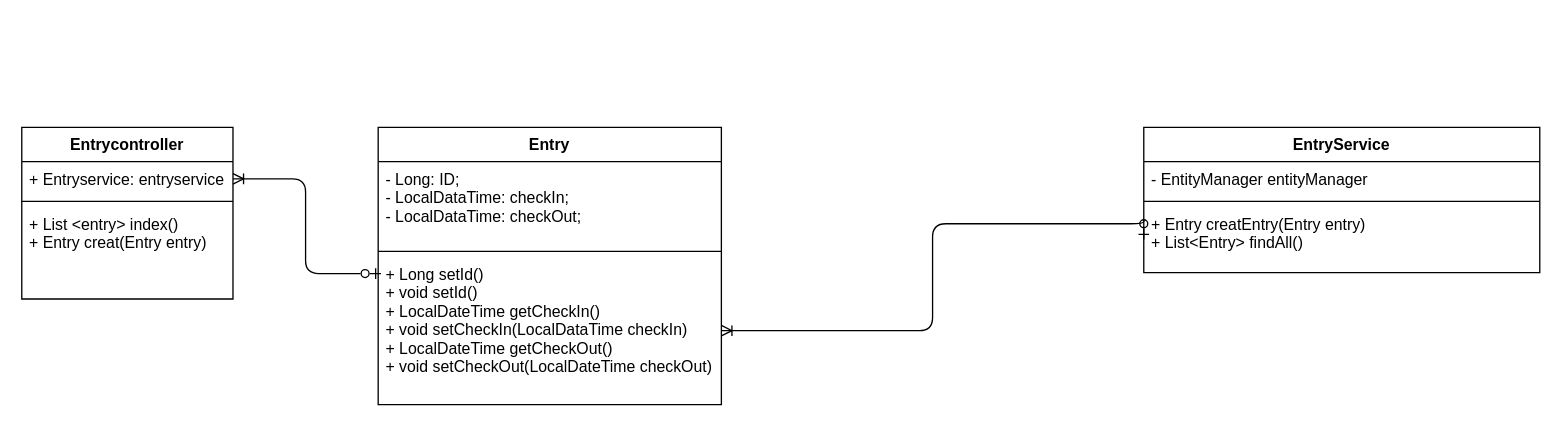
SamuelWachter/modul223 keeps this draw.io diagram as .devcontainer/punchClock/classDiagrmm.drawio. Above is the earlier version. Source tidied: cells renumbered, new cells numbered last; positions are measured from the earlier drawing's top-left corner, leaving out a move shared by most shapes. Both pictures are drawn from the tidied source at 132%, with x=0, y=0 at pixel (21, 127).
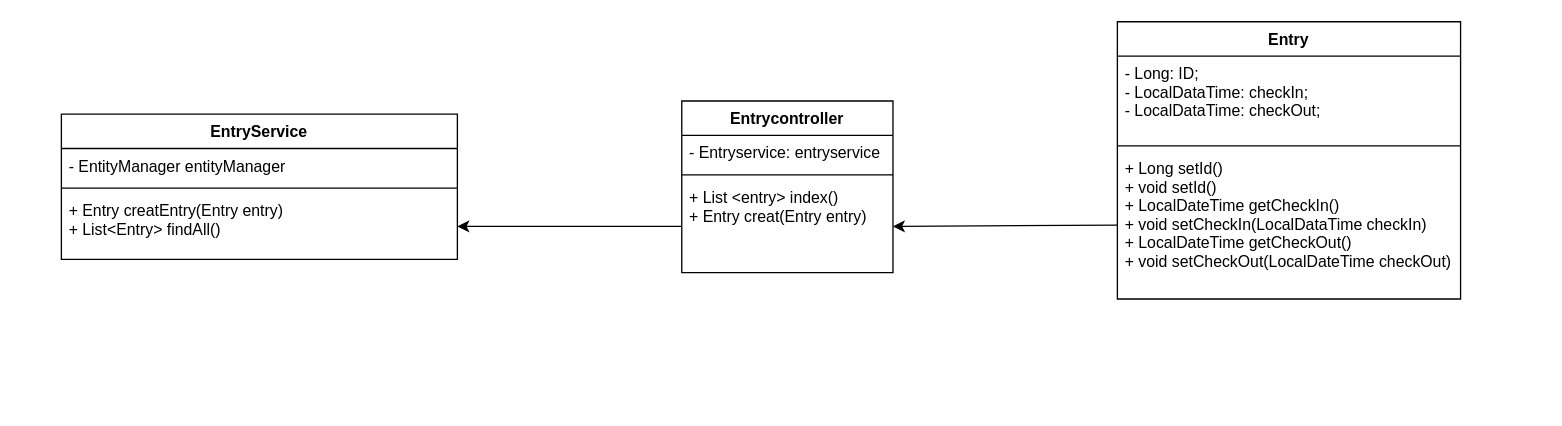
The same diagram, later.

What changed in the source:
```diff
@@
 <mxGraphModel>
   <root>
     <mxCell id="0" />
     <mxCell id="1" parent="0" />
     <mxCell id="2" value="Entrycontroller" style="swimlane;fontStyle=1;align=center;verticalAlign=top;horizontal=1;startSize=26;" parent="1" vertex="1">
-      <mxGeometry width="160" height="130" as="geometry" />
+      <mxGeometry x="500" y="-20" width="160" height="130" as="geometry" />
     </mxCell>
-    <mxCell id="3" value="+ Entryservice: entryservice" style="text;strokeColor=none;fillColor=none;align=left;verticalAlign=top;spacingLeft=4;spacingRight=4;overflow=hidden;points=[[0,0.5],[1,0.5]];portConstraint=eastwest;" parent="2" vertex="1">
+    <mxCell id="3" value="- Entryservice: entryservice" style="text;strokeColor=none;fillColor=none;align=left;verticalAlign=top;spacingLeft=4;spacingRight=4;overflow=hidden;points=[[0,0.5],[1,0.5]];portConstraint=eastwest;" parent="2" vertex="1">
       <mxGeometry y="26" width="160" height="26" as="geometry" />
     </mxCell>
     <mxCell id="4" style="line;strokeWidth=1;fillColor=none;align=left;verticalAlign=middle;spacingTop=-1;spacingLeft=3;spacingRight=3;labelPosition=right;strokeColor=inherit;" parent="2" vertex="1">
       <mxGeometry y="52" width="160" height="8" as="geometry" />
     </mxCell>
     <mxCell id="5" value="+ List &lt;entry&gt; index()&#10;+ Entry creat(Entry entry)&#10;" style="text;strokeColor=none;fillColor=none;align=left;verticalAlign=top;spacingLeft=4;spacingRight=4;overflow=hidden;points=[[0,0.5],[1,0.5]];portConstraint=eastwest;" parent="2" vertex="1">
       <mxGeometry y="60" width="160" height="70" as="geometry" />
     </mxCell>
     <mxCell id="6" value="Entry" style="swimlane;fontStyle=1;align=center;verticalAlign=top;horizontal=1;startSize=26;" parent="1" vertex="1">
-      <mxGeometry x="270" width="260" height="210" as="geometry" />
+      <mxGeometry x="830" y="-80" width="260" height="210" as="geometry" />
     </mxCell>
     <mxCell id="7" value="- Long: ID;&#10;- LocalDataTime: checkIn;&#10;- LocalDataTime: checkOut;&#10;" style="text;strokeColor=none;fillColor=none;align=left;verticalAlign=top;spacingLeft=4;spacingRight=4;overflow=hidden;" parent="6" vertex="1">
       <mxGeometry y="26" width="260" height="64" as="geometry" />
     </mxCell>
     <mxCell id="8" style="line;strokeWidth=1;fillColor=none;align=left;verticalAlign=middle;spacingTop=-1;spacingLeft=3;spacingRight=3;labelPosition=right;strokeColor=inherit;" parent="6" vertex="1">
       <mxGeometry y="90" width="260" height="8" as="geometry" />
     </mxCell>
     <mxCell id="9" value="+ Long setId()&#10;+ void setId()&#10;+ LocalDateTime getCheckIn()&#10;+ void setCheckIn(LocalDataTime checkIn)&#10;+ LocalDateTime getCheckOut()&#10;+ void setCheckOut(LocalDateTime checkOut)" style="text;strokeColor=none;fillColor=none;align=left;verticalAlign=top;spacingLeft=4;spacingRight=4;overflow=hidden;points=[[0,0.5],[1,0.5]];portConstraint=eastwest;" parent="6" vertex="1">
       <mxGeometry y="98" width="260" height="112" as="geometry" />
     </mxCell>
-    <mxCell id="10" style="edgeStyle=orthogonalEdgeStyle;html=1;exitX=1;exitY=0.5;exitDx=0;exitDy=0;entryX=0.008;entryY=0.114;entryDx=0;entryDy=0;entryPerimeter=0;startArrow=ERoneToMany;startFill=0;endArrow=ERzeroToOne;endFill=0;" parent="1" edge="1" source="3" target="9">
-      <mxGeometry relative="1" as="geometry" />
-    </mxCell>
     <mxCell id="11" value="EntryService" style="swimlane;fontStyle=1;align=center;verticalAlign=top;horizontal=1;startSize=26;" parent="1" vertex="1">
-      <mxGeometry x="850" width="300" height="110" as="geometry" />
+      <mxGeometry x="30" y="-10" width="300" height="110" as="geometry" />
     </mxCell>
     <mxCell id="12" value="- EntityManager entityManager" style="text;strokeColor=none;fillColor=none;align=left;verticalAlign=top;spacingLeft=4;spacingRight=4;overflow=hidden;" parent="11" vertex="1">
       <mxGeometry y="26" width="300" height="26" as="geometry" />
     </mxCell>
     <mxCell id="13" style="line;strokeWidth=1;fillColor=none;align=left;verticalAlign=middle;spacingTop=-1;spacingLeft=3;spacingRight=3;labelPosition=right;strokeColor=inherit;" parent="11" vertex="1">
       <mxGeometry y="52" width="300" height="8" as="geometry" />
     </mxCell>
     <mxCell id="14" value="+ Entry creatEntry(Entry entry)&#10;+ List&lt;Entry&gt; findAll()" style="text;strokeColor=none;fillColor=none;align=left;verticalAlign=top;spacingLeft=4;spacingRight=4;overflow=hidden;points=[[0,0.5],[1,0.5]];portConstraint=eastwest;" parent="11" vertex="1">
       <mxGeometry y="60" width="300" height="50" as="geometry" />
     </mxCell>
-    <mxCell id="15" style="edgeStyle=orthogonalEdgeStyle;html=1;exitX=1;exitY=0.5;exitDx=0;exitDy=0;entryX=0;entryY=0.5;entryDx=0;entryDy=0;startArrow=ERoneToMany;startFill=0;endArrow=ERzeroToOne;endFill=0;" parent="1" edge="1" source="9" target="14">
-      <mxGeometry relative="1" as="geometry">
-        <Array as="points">
-          <mxPoint x="690" y="154" />
-          <mxPoint x="690" y="73" />
-        </Array>
-      </mxGeometry>
-    </mxCell>
+    <mxCell id="16" style="endArrow=classic;html=1;exitX=0;exitY=0.5;exitDx=0;exitDy=0;entryX=1;entryY=0.5;entryDx=0;entryDy=0;" parent="1" edge="1" source="9" target="5">
+      <mxGeometry relative="1" as="geometry" />
+    </mxCell>
+    <mxCell id="17" style="endArrow=classic;html=1;entryX=1;entryY=0.5;entryDx=0;entryDy=0;exitX=0;exitY=0.5;exitDx=0;exitDy=0;" parent="1" edge="1" source="5" target="14">
+      <mxGeometry relative="1" as="geometry" />
+    </mxCell>
   </root>
 </mxGraphModel>
```
